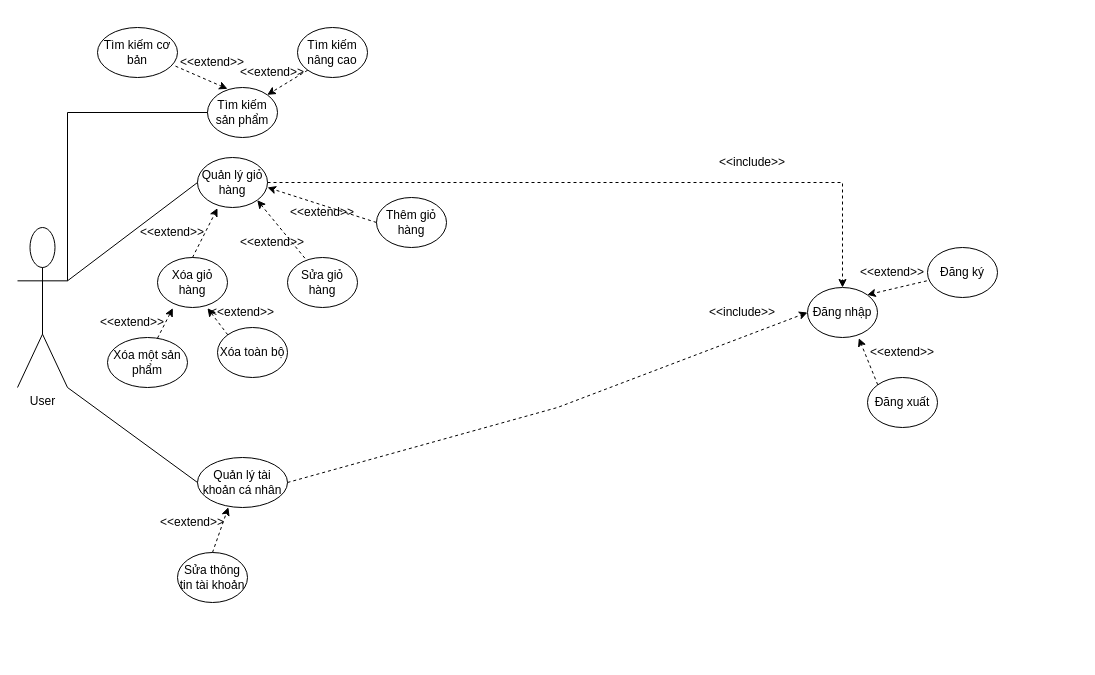
Earlier version of the draw.io diagram page "User" (2 of 2) of Biểu đồ không có tiêu đề.drawio (TOB0451/kiemthu). Source tidied: cells renumbered, new cells numbered last; positions are measured from the earlier drawing's top-left corner, leaving out a move shared by most shapes. Both pictures are drawn from the tidied source at 100%, with x=0, y=0 at pixel (17, 27).
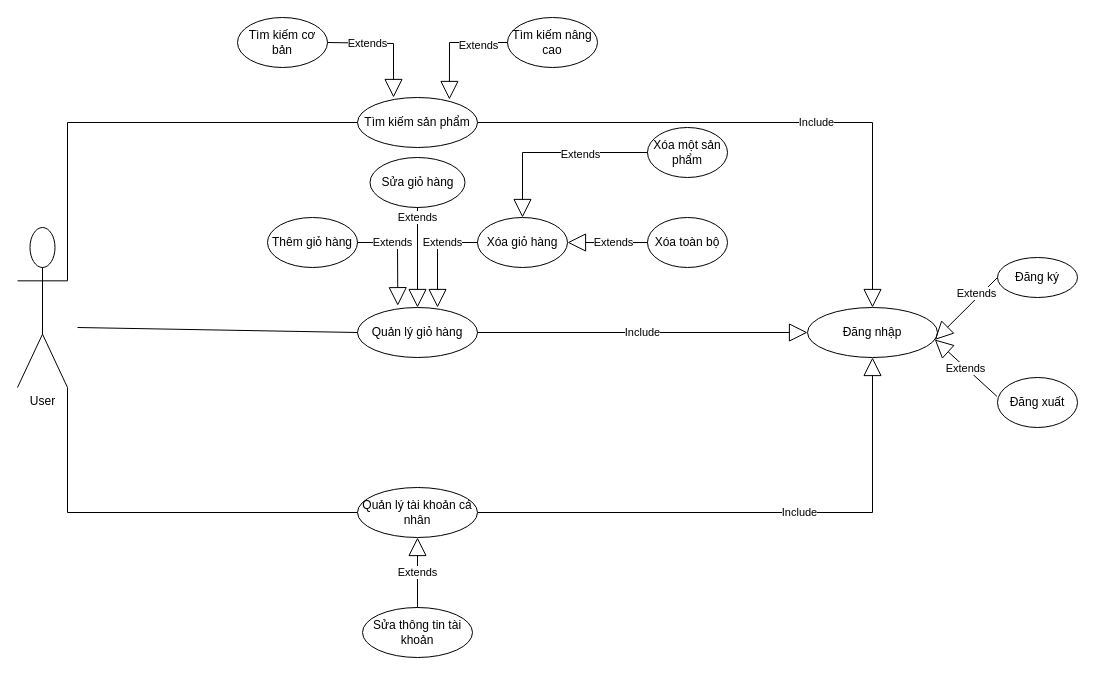
The same diagram, later.

Unchanged cells that the change refers to:
```xml
<mxCell id="2" value="User" style="shape=umlActor;verticalLabelPosition=bottom;verticalAlign=top;html=1;outlineConnect=0;" parent="1" vertex="1">
  <mxGeometry y="200" width="50" height="160" as="geometry" />
</mxCell>
```

Change to the diagram source:
```diff
@@
     <mxCell id="3" value="Đăng nhập" style="ellipse;whiteSpace=wrap;html=1;" parent="1" vertex="1">
-      <mxGeometry x="790" y="260" width="70" height="50" as="geometry" />
+      <mxGeometry x="790" y="280" width="130" height="50" as="geometry" />
     </mxCell>
     <mxCell id="4" value="Đăng ký" style="ellipse;whiteSpace=wrap;html=1;" parent="1" vertex="1">
-      <mxGeometry x="910" y="220" width="70" height="50" as="geometry" />
+      <mxGeometry x="980" y="230" width="80" height="40" as="geometry" />
     </mxCell>
-    <mxCell id="5" style="endArrow=classic;html=1;rounded=0;dashed=1;entryX=1;entryY=0;entryDx=0;entryDy=0;exitX=-0.01;exitY=0.667;exitDx=0;exitDy=0;exitPerimeter=0;" parent="1" edge="1" source="4" target="3">
-      <mxGeometry relative="1" as="geometry" />
-    </mxCell>
-    <mxCell id="6" value="&amp;lt;&amp;lt;extend&amp;gt;&amp;gt;" style="text;html=1;strokeColor=none;fillColor=none;align=center;verticalAlign=middle;whiteSpace=wrap;rounded=0;" parent="1" vertex="1">
-      <mxGeometry x="850" y="230" width="50" height="30" as="geometry" />
-    </mxCell>
     <mxCell id="7" value="Tìm kiếm sản phẩm" style="ellipse;whiteSpace=wrap;html=1;" parent="1" vertex="1">
-      <mxGeometry x="190" y="60" width="70" height="50" as="geometry" />
+      <mxGeometry x="340" y="70" width="120" height="50" as="geometry" />
     </mxCell>
     <mxCell id="8" value="Đăng xuất" style="ellipse;whiteSpace=wrap;html=1;" parent="1" vertex="1">
-      <mxGeometry x="850" y="350" width="70" height="50" as="geometry" />
+      <mxGeometry x="980" y="350" width="80" height="50" as="geometry" />
     </mxCell>
-    <mxCell id="9" style="endArrow=classic;html=1;rounded=0;dashed=1;exitX=0;exitY=0;exitDx=0;exitDy=0;entryX=0.733;entryY=1.013;entryDx=0;entryDy=0;entryPerimeter=0;" parent="1" edge="1" source="8" target="3">
-      <mxGeometry relative="1" as="geometry" />
-    </mxCell>
-    <mxCell id="10" value="&amp;lt;&amp;lt;extend&amp;gt;&amp;gt;" style="text;html=1;strokeColor=none;fillColor=none;align=center;verticalAlign=middle;whiteSpace=wrap;rounded=0;" parent="1" vertex="1">
-      <mxGeometry x="860" y="310" width="50" height="30" as="geometry" />
-    </mxCell>
     <mxCell id="11" value="Tìm kiếm cơ bản" style="ellipse;whiteSpace=wrap;html=1;" parent="1" vertex="1">
-      <mxGeometry x="80" width="80" height="50" as="geometry" />
+      <mxGeometry x="220" y="-10" width="90" height="50" as="geometry" />
     </mxCell>
     <mxCell id="12" value="Tìm kiếm nâng cao" style="ellipse;whiteSpace=wrap;html=1;" parent="1" vertex="1">
-      <mxGeometry x="280" width="70" height="50" as="geometry" />
+      <mxGeometry x="490" y="-10" width="90" height="50" as="geometry" />
     </mxCell>
-    <mxCell id="13" style="endArrow=classic;html=1;rounded=0;dashed=1;entryX=1;entryY=0;entryDx=0;entryDy=0;exitX=0;exitY=1;exitDx=0;exitDy=0;" parent="1" edge="1" source="12" target="7">
-      <mxGeometry relative="1" as="geometry" />
-    </mxCell>
-    <mxCell id="14" style="endArrow=classic;html=1;rounded=0;dashed=1;entryX=0.286;entryY=0.027;entryDx=0;entryDy=0;exitX=0.975;exitY=0.773;exitDx=0;exitDy=0;exitPerimeter=0;entryPerimeter=0;" parent="1" edge="1" source="11" target="7">
-      <mxGeometry relative="1" as="geometry" />
-    </mxCell>
-    <mxCell id="15" value="&amp;lt;&amp;lt;extend&amp;gt;&amp;gt;" style="text;html=1;strokeColor=none;fillColor=none;align=center;verticalAlign=middle;whiteSpace=wrap;rounded=0;" parent="1" vertex="1">
-      <mxGeometry x="170" y="20" width="50" height="30" as="geometry" />
-    </mxCell>
-    <mxCell id="16" value="&amp;lt;&amp;lt;extend&amp;gt;&amp;gt;" style="text;html=1;strokeColor=none;fillColor=none;align=center;verticalAlign=middle;whiteSpace=wrap;rounded=0;" parent="1" vertex="1">
-      <mxGeometry x="230" y="30" width="50" height="30" as="geometry" />
-    </mxCell>
     <mxCell id="17" value="Quản lý giỏ hàng" style="ellipse;whiteSpace=wrap;html=1;" parent="1" vertex="1">
-      <mxGeometry x="180" y="130" width="70" height="50" as="geometry" />
+      <mxGeometry x="340" y="280" width="120" height="50" as="geometry" />
     </mxCell>
     <mxCell id="18" value="Thêm giỏ hàng" style="ellipse;whiteSpace=wrap;html=1;" parent="1" vertex="1">
-      <mxGeometry x="359" y="170" width="70" height="50" as="geometry" />
+      <mxGeometry x="250" y="190" width="90" height="50" as="geometry" />
     </mxCell>
     <mxCell id="19" value="Sửa giỏ hàng" style="ellipse;whiteSpace=wrap;html=1;" parent="1" vertex="1">
-      <mxGeometry x="270" y="230" width="70" height="50" as="geometry" />
+      <mxGeometry x="352.5" y="130" width="95" height="50" as="geometry" />
     </mxCell>
     <mxCell id="20" value="Xóa giỏ hàng" style="ellipse;whiteSpace=wrap;html=1;" parent="1" vertex="1">
-      <mxGeometry x="140" y="230" width="70" height="50" as="geometry" />
+      <mxGeometry x="460" y="190" width="90" height="50" as="geometry" />
     </mxCell>
     <mxCell id="21" value="Xóa một sản phẩm" style="ellipse;whiteSpace=wrap;html=1;" parent="1" vertex="1">
-      <mxGeometry x="90" y="310" width="80" height="50" as="geometry" />
+      <mxGeometry x="630" y="100" width="80" height="50" as="geometry" />
     </mxCell>
     <mxCell id="22" value="Xóa toàn bộ" style="ellipse;whiteSpace=wrap;html=1;" parent="1" vertex="1">
-      <mxGeometry x="200" y="300" width="70" height="50" as="geometry" />
+      <mxGeometry x="630" y="190" width="80" height="50" as="geometry" />
     </mxCell>
-    <mxCell id="23" style="endArrow=classic;html=1;rounded=0;dashed=1;exitX=0;exitY=0.5;exitDx=0;exitDy=0;" parent="1" edge="1" source="18">
-      <mxGeometry relative="1" as="geometry">
-        <mxPoint x="250" y="160" as="targetPoint" />
-      </mxGeometry>
-    </mxCell>
-    <mxCell id="24" style="endArrow=classic;html=1;rounded=0;dashed=1;exitX=0.248;exitY=0.013;exitDx=0;exitDy=0;entryX=1;entryY=1;entryDx=0;entryDy=0;exitPerimeter=0;" parent="1" edge="1" source="19" target="17">
-      <mxGeometry relative="1" as="geometry" />
-    </mxCell>
-    <mxCell id="25" style="endArrow=classic;html=1;rounded=0;dashed=1;exitX=0.5;exitY=0;exitDx=0;exitDy=0;entryX=0.286;entryY=1.013;entryDx=0;entryDy=0;entryPerimeter=0;" parent="1" edge="1" source="20" target="17">
-      <mxGeometry relative="1" as="geometry" />
-    </mxCell>
-    <mxCell id="26" style="endArrow=classic;html=1;rounded=0;dashed=1;exitX=0;exitY=0;exitDx=0;exitDy=0;entryX=0.714;entryY=1.013;entryDx=0;entryDy=0;entryPerimeter=0;" parent="1" edge="1" source="22" target="20">
-      <mxGeometry relative="1" as="geometry" />
-    </mxCell>
-    <mxCell id="27" style="endArrow=classic;html=1;rounded=0;dashed=1;exitX=0.625;exitY=0.013;exitDx=0;exitDy=0;entryX=0.219;entryY=1.013;entryDx=0;entryDy=0;entryPerimeter=0;exitPerimeter=0;" parent="1" edge="1" source="21" target="20">
-      <mxGeometry relative="1" as="geometry" />
-    </mxCell>
-    <mxCell id="28" value="&amp;lt;&amp;lt;extend&amp;gt;&amp;gt;" style="text;html=1;strokeColor=none;fillColor=none;align=center;verticalAlign=middle;whiteSpace=wrap;rounded=0;" parent="1" vertex="1">
-      <mxGeometry x="280" y="170" width="50" height="30" as="geometry" />
-    </mxCell>
-    <mxCell id="29" value="&amp;lt;&amp;lt;extend&amp;gt;&amp;gt;" style="text;html=1;strokeColor=none;fillColor=none;align=center;verticalAlign=middle;whiteSpace=wrap;rounded=0;" parent="1" vertex="1">
-      <mxGeometry x="230" y="200" width="50" height="30" as="geometry" />
-    </mxCell>
-    <mxCell id="30" value="&amp;lt;&amp;lt;extend&amp;gt;&amp;gt;" style="text;html=1;strokeColor=none;fillColor=none;align=center;verticalAlign=middle;whiteSpace=wrap;rounded=0;" parent="1" vertex="1">
-      <mxGeometry x="130" y="190" width="50" height="30" as="geometry" />
-    </mxCell>
-    <mxCell id="31" value="&amp;lt;&amp;lt;extend&amp;gt;&amp;gt;" style="text;html=1;strokeColor=none;fillColor=none;align=center;verticalAlign=middle;whiteSpace=wrap;rounded=0;" parent="1" vertex="1">
-      <mxGeometry x="90" y="280" width="50" height="30" as="geometry" />
-    </mxCell>
-    <mxCell id="32" value="&amp;lt;&amp;lt;extend&amp;gt;&amp;gt;" style="text;html=1;strokeColor=none;fillColor=none;align=center;verticalAlign=middle;whiteSpace=wrap;rounded=0;" parent="1" vertex="1">
-      <mxGeometry x="200" y="270" width="50" height="30" as="geometry" />
-    </mxCell>
     <mxCell id="33" style="endArrow=none;html=1;rounded=0;exitX=1;exitY=0.3333333333333333;exitDx=0;exitDy=0;exitPerimeter=0;entryX=0;entryY=0.5;entryDx=0;entryDy=0;" parent="1" edge="1" source="2" target="7">
       <mxGeometry relative="1" as="geometry">
         <Array as="points">
-          <mxPoint x="50" y="85" />
+          <mxPoint x="50" y="95" />
         </Array>
       </mxGeometry>
     </mxCell>
-    <mxCell id="34" style="endArrow=none;html=1;rounded=0;exitX=1;exitY=0.3333333333333333;exitDx=0;exitDy=0;exitPerimeter=0;entryX=0;entryY=0.5;entryDx=0;entryDy=0;" parent="1" edge="1" source="2" target="17">
-      <mxGeometry relative="1" as="geometry" />
+    <mxCell id="34" style="endArrow=none;html=1;rounded=0;entryX=0;entryY=0.5;entryDx=0;entryDy=0;" parent="1" edge="1" target="17">
+      <mxGeometry relative="1" as="geometry">
+        <mxPoint x="60" y="300" as="sourcePoint" />
+      </mxGeometry>
     </mxCell>
-    <mxCell id="35" style="endArrow=classic;html=1;rounded=0;dashed=1;exitX=1;exitY=0.5;exitDx=0;exitDy=0;entryX=0.5;entryY=0;entryDx=0;entryDy=0;" parent="1" edge="1" source="17" target="3">
-      <mxGeometry relative="1" as="geometry">
-        <Array as="points">
-          <mxPoint x="825" y="155" />
-        </Array>
-      </mxGeometry>
-    </mxCell>
-    <mxCell id="36" value="&amp;lt;&amp;lt;include&amp;gt;&amp;gt;" style="text;html=1;strokeColor=none;fillColor=none;align=center;verticalAlign=middle;whiteSpace=wrap;rounded=0;" parent="1" vertex="1">
-      <mxGeometry x="710" y="120" width="50" height="30" as="geometry" />
-    </mxCell>
     <mxCell id="37" value="Quản lý tài khoản cá nhân" style="ellipse;whiteSpace=wrap;html=1;" parent="1" vertex="1">
-      <mxGeometry x="180" y="430" width="90" height="50" as="geometry" />
+      <mxGeometry x="340" y="460" width="120" height="50" as="geometry" />
     </mxCell>
     <mxCell id="38" style="endArrow=none;html=1;rounded=0;exitX=1;exitY=1;exitDx=0;exitDy=0;exitPerimeter=0;entryX=0;entryY=0.5;entryDx=0;entryDy=0;" parent="1" edge="1" source="2" target="37">
-      <mxGeometry relative="1" as="geometry" />
+      <mxGeometry relative="1" as="geometry">
+        <Array as="points">
+          <mxPoint x="50" y="485" />
+        </Array>
+      </mxGeometry>
     </mxCell>
     <mxCell id="39" value="Sửa thông tin tài khoản" style="ellipse;whiteSpace=wrap;html=1;" parent="1" vertex="1">
-      <mxGeometry x="160" y="525" width="70" height="50" as="geometry" />
+      <mxGeometry x="345" y="580" width="110" height="50" as="geometry" />
     </mxCell>
+    <mxCell id="13" value="Extends" style="endArrow=block;endSize=16;endFill=0;html=1;rounded=0;exitX=0;exitY=0.5;exitDx=0;exitDy=0;entryX=0.766;entryY=0.04;entryDx=0;entryDy=0;entryPerimeter=0;" parent="1" edge="1" source="12" target="7">
+      <mxGeometry x="-0.5" y="3" relative="1" as="geometry">
+        <Array as="points">
+          <mxPoint x="432" y="15" />
+        </Array>
+      </mxGeometry>
+    </mxCell>
+    <mxCell id="44" value="Extends" style="endArrow=block;endSize=16;endFill=0;html=1;rounded=0;exitX=1;exitY=0.5;exitDx=0;exitDy=0;" parent="1" edge="1" source="11">
+      <mxGeometry x="-0.33" relative="1" as="geometry">
+        <mxPoint x="376" y="70" as="targetPoint" />
+        <Array as="points">
+          <mxPoint x="376" y="16" />
+        </Array>
+      </mxGeometry>
+    </mxCell>
+    <mxCell id="45" value="Extends" style="endArrow=block;endSize=16;endFill=0;html=1;rounded=0;exitX=1;exitY=0.5;exitDx=0;exitDy=0;entryX=0.336;entryY=-0.036;entryDx=0;entryDy=0;entryPerimeter=0;" parent="1" edge="1" source="18" target="17">
+      <mxGeometry x="-0.33" relative="1" as="geometry">
+        <Array as="points">
+          <mxPoint x="380" y="215" />
+        </Array>
+      </mxGeometry>
+    </mxCell>
+    <mxCell id="25" value="Extends" style="endArrow=block;endSize=16;endFill=0;html=1;rounded=0;exitX=0;exitY=0.5;exitDx=0;exitDy=0;entryX=0.667;entryY=0;entryDx=0;entryDy=0;entryPerimeter=0;" parent="1" edge="1" source="20" target="17">
+      <mxGeometry x="-0.33" relative="1" as="geometry">
+        <Array as="points">
+          <mxPoint x="420" y="215" />
+        </Array>
+      </mxGeometry>
+    </mxCell>
+    <mxCell id="24" value="Extends" style="endArrow=block;endSize=16;endFill=0;html=1;rounded=0;strokeColor=default;exitX=0.5;exitY=1;exitDx=0;exitDy=0;" parent="1" edge="1" source="19" target="17">
+      <mxGeometry x="-0.8" relative="1" as="geometry" />
+    </mxCell>
+    <mxCell id="27" value="Extends" style="endArrow=block;endSize=16;endFill=0;html=1;rounded=0;strokeColor=default;exitX=0;exitY=0.5;exitDx=0;exitDy=0;entryX=0.5;entryY=0;entryDx=0;entryDy=0;" parent="1" edge="1" source="21" target="20">
+      <mxGeometry x="-0.29" y="2" relative="1" as="geometry">
+        <Array as="points">
+          <mxPoint x="505" y="125" />
+        </Array>
+      </mxGeometry>
+    </mxCell>
+    <mxCell id="26" value="Extends" style="endArrow=block;endSize=16;endFill=0;html=1;rounded=0;strokeColor=default;exitX=0;exitY=0.5;exitDx=0;exitDy=0;entryX=1;entryY=0.5;entryDx=0;entryDy=0;" parent="1" edge="1" source="22" target="20">
+      <mxGeometry x="-0.14" relative="1" as="geometry" />
+    </mxCell>
-    <mxCell id="40" style="endArrow=classic;html=1;rounded=0;exitX=0.5;exitY=0;exitDx=0;exitDy=0;entryX=0.343;entryY=0.995;entryDx=0;entryDy=0;entryPerimeter=0;dashed=1;" parent="1" edge="1" source="39" target="37">
+    <mxCell id="40" value="Extends" style="endArrow=block;endSize=16;endFill=0;html=1;rounded=0;strokeColor=default;exitX=0.5;exitY=0;exitDx=0;exitDy=0;entryX=0.5;entryY=1;entryDx=0;entryDy=0;" parent="1" edge="1" source="39" target="37">
       <mxGeometry relative="1" as="geometry" />
     </mxCell>
-    <mxCell id="41" value="&amp;lt;&amp;lt;extend&amp;gt;&amp;gt;" style="text;html=1;strokeColor=none;fillColor=none;align=center;verticalAlign=middle;whiteSpace=wrap;rounded=0;" parent="1" vertex="1">
-      <mxGeometry x="150" y="480" width="50" height="30" as="geometry" />
-    </mxCell>
+    <mxCell id="46" value="Include" style="endArrow=block;endSize=16;endFill=0;html=1;rounded=0;strokeColor=default;exitX=1;exitY=0.5;exitDx=0;exitDy=0;entryX=0.5;entryY=0;entryDx=0;entryDy=0;" parent="1" edge="1" source="7" target="3">
+      <mxGeometry x="0.17" relative="1" as="geometry">
+        <Array as="points">
+          <mxPoint x="855" y="95" />
+        </Array>
+      </mxGeometry>
+    </mxCell>
-    <mxCell id="42" style="endArrow=classic;html=1;rounded=0;dashed=1;exitX=1;exitY=0.5;exitDx=0;exitDy=0;entryX=0;entryY=0.5;entryDx=0;entryDy=0;" parent="1" edge="1" source="37" target="3">
-      <mxGeometry relative="1" as="geometry">
+    <mxCell id="42" value="Include" style="endArrow=block;endSize=16;endFill=0;html=1;rounded=0;strokeColor=default;exitX=1;exitY=0.5;exitDx=0;exitDy=0;entryX=0.5;entryY=1;entryDx=0;entryDy=0;" parent="1" edge="1" source="37" target="3">
+      <mxGeometry x="0.17" relative="1" as="geometry">
         <Array as="points">
-          <mxPoint x="540" y="380" />
+          <mxPoint x="855" y="485" />
         </Array>
       </mxGeometry>
     </mxCell>
-    <mxCell id="43" value="&amp;lt;&amp;lt;include&amp;gt;&amp;gt;" style="text;html=1;strokeColor=none;fillColor=none;align=center;verticalAlign=middle;whiteSpace=wrap;rounded=0;" parent="1" vertex="1">
-      <mxGeometry x="700" y="270" width="50" height="30" as="geometry" />
-    </mxCell>
+    <mxCell id="5" value="Extends" style="endArrow=block;endSize=16;endFill=0;html=1;rounded=0;strokeColor=default;exitX=0;exitY=0.5;exitDx=0;exitDy=0;entryX=0.979;entryY=0.649;entryDx=0;entryDy=0;entryPerimeter=0;" parent="1" edge="1" source="4" target="3">
+      <mxGeometry x="-0.41" y="-3" relative="1" as="geometry" />
+    </mxCell>
+    <mxCell id="9" value="Extends" style="endArrow=block;endSize=16;endFill=0;html=1;rounded=0;strokeColor=default;exitX=-0.007;exitY=0.378;exitDx=0;exitDy=0;exitPerimeter=0;entryX=0.979;entryY=0.64;entryDx=0;entryDy=0;entryPerimeter=0;" parent="1" edge="1" source="8" target="3">
+      <mxGeometry relative="1" as="geometry" />
+    </mxCell>
+    <mxCell id="35" value="Include" style="endArrow=block;endSize=16;endFill=0;html=1;rounded=0;strokeColor=default;exitX=1;exitY=0.5;exitDx=0;exitDy=0;entryX=0;entryY=0.5;entryDx=0;entryDy=0;" parent="1" edge="1" source="17" target="3">
+      <mxGeometry relative="1" as="geometry" />
+    </mxCell>
```
